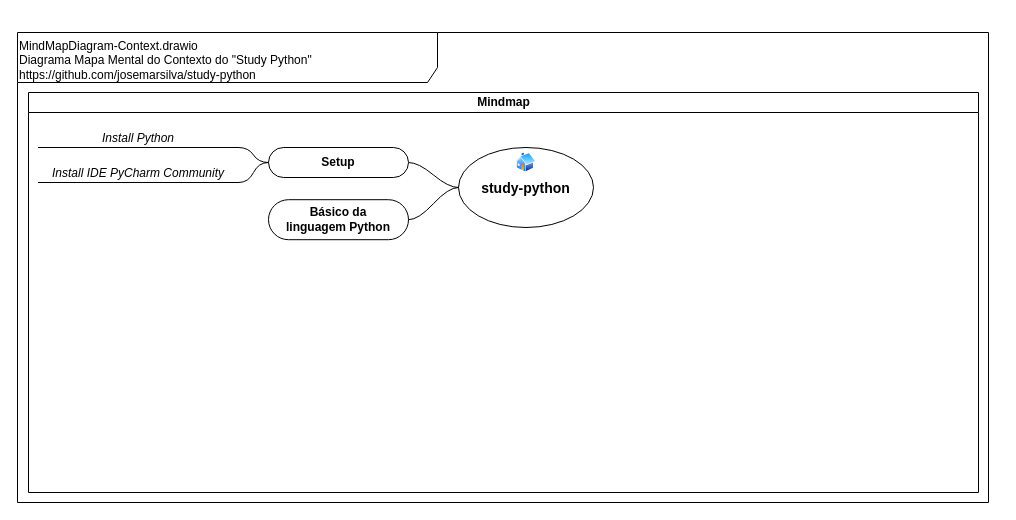
Earlier version of the draw.io diagram doc/mind-maps/MindMapDiagram-Context.drawio (josemarsilva/study-python). Source tidied: cells renumbered, new cells numbered last; positions are measured from the earlier drawing's top-left corner, leaving out a move shared by most shapes. Both pictures are drawn from the tidied source at 100%, with x=0, y=0 at pixel (17, 32).
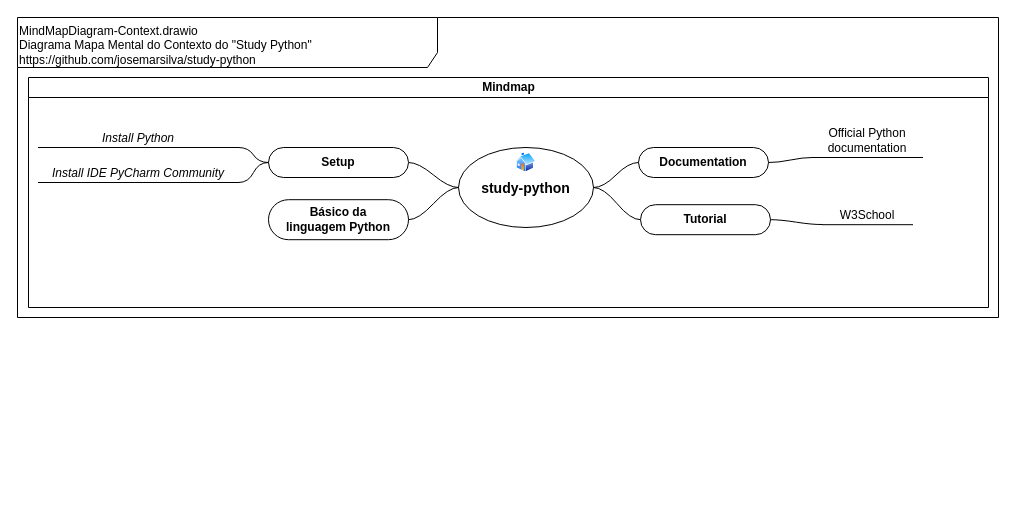
After the change.

Diff of the diagram source:
```diff
@@
     <mxCell id="2" value="&lt;div&gt;&lt;/div&gt;MindMapDiagram-Context.drawio&lt;br&gt;Diagrama Mapa Mental do Contexto do &quot;Study Python&quot;&lt;br&gt;https://github.com/josemarsilva/study-python" style="shape=umlFrame;whiteSpace=wrap;html=1;width=420;height=50;verticalAlign=top;align=left;" parent="1" vertex="1">
-      <mxGeometry width="971" height="470" as="geometry" />
+      <mxGeometry y="-15" width="981" height="300" as="geometry" />
     </mxCell>
     <mxCell id="3" value="Mindmap" style="swimlane;html=1;startSize=20;horizontal=1;containerType=tree;" parent="1" vertex="1">
-      <mxGeometry x="11" y="60" width="950" height="400" as="geometry" />
+      <mxGeometry x="11" y="45" width="960" height="230" as="geometry" />
     </mxCell>
     <mxCell id="4" value="Install Python" style="whiteSpace=wrap;html=1;shape=partialRectangle;top=0;left=0;bottom=1;right=0;points=[[0,1],[1,1]];fillColor=none;align=center;verticalAlign=bottom;routingCenterY=0.5;snapToPoint=1;newEdgeStyle={&quot;edgeStyle&quot;:&quot;entityRelationEdgeStyle&quot;,&quot;startArrow&quot;:&quot;none&quot;,&quot;endArrow&quot;:&quot;none&quot;,&quot;segment&quot;:10,&quot;curved&quot;:1};fontStyle=2;" parent="3" vertex="1">
-      <mxGeometry x="10" y="35" width="200" height="20" as="geometry" />
+      <mxGeometry x="10" y="50" width="200" height="20" as="geometry" />
     </mxCell>
     <mxCell id="5" value="&lt;font style=&quot;font-size: 14px&quot;&gt;study-python&lt;/font&gt;" style="ellipse;whiteSpace=wrap;html=1;align=center;newEdgeStyle={&quot;edgeStyle&quot;:&quot;entityRelationEdgeStyle&quot;,&quot;startArrow&quot;:&quot;none&quot;,&quot;endArrow&quot;:&quot;none&quot;,&quot;segment&quot;:10,&quot;curved&quot;:1};fontStyle=1;fontSize=18;" parent="3" vertex="1">
-      <mxGeometry x="430" y="55" width="135" height="80" as="geometry" />
+      <mxGeometry x="430" y="70" width="135" height="80" as="geometry" />
     </mxCell>
     <mxCell id="6" style="perimeter=ellipsePerimeter;html=1;align=center;shadow=0;dashed=0;spacingTop=3;image;image=img/lib/active_directory/home.svg;fontSize=18;" parent="3" vertex="1">
-      <mxGeometry x="487.2" y="60" width="20.6" height="20" as="geometry" />
+      <mxGeometry x="487.2" y="75" width="20.6" height="20" as="geometry" />
     </mxCell>
+    <mxCell id="14" value="Documentation" style="whiteSpace=wrap;html=1;rounded=1;arcSize=50;align=center;verticalAlign=middle;strokeWidth=1;spacing=4;newEdgeStyle={&quot;edgeStyle&quot;:&quot;entityRelationEdgeStyle&quot;,&quot;startArrow&quot;:&quot;none&quot;,&quot;endArrow&quot;:&quot;none&quot;,&quot;segment&quot;:10,&quot;curved&quot;:1};fontStyle=1;" parent="3" vertex="1">
+      <mxGeometry x="610" y="70" width="130" height="30" as="geometry" />
+    </mxCell>
+    <mxCell id="15" style="edgeStyle=entityRelationEdgeStyle;startArrow=none;endArrow=none;segment=10;curved=1;exitX=1;exitY=0.5;exitDx=0;exitDy=0;entryX=0;entryY=0.5;entryDx=0;entryDy=0;" parent="3" edge="1" source="5" target="14">
+      <mxGeometry relative="1" as="geometry" />
+    </mxCell>
+    <mxCell id="16" value="Official Python &lt;br&gt;documentation" style="whiteSpace=wrap;html=1;shape=partialRectangle;top=0;left=0;bottom=1;right=0;points=[[0,1],[1,1]];fillColor=none;align=center;verticalAlign=bottom;routingCenterY=0.5;snapToPoint=1;newEdgeStyle={&quot;edgeStyle&quot;:&quot;entityRelationEdgeStyle&quot;,&quot;startArrow&quot;:&quot;none&quot;,&quot;endArrow&quot;:&quot;none&quot;,&quot;segment&quot;:10,&quot;curved&quot;:1};" parent="3" vertex="1">
+      <mxGeometry x="784" y="50" width="110" height="30" as="geometry" />
+    </mxCell>
+    <mxCell id="17" style="edgeStyle=entityRelationEdgeStyle;startArrow=none;endArrow=none;segment=10;curved=1;exitX=1;exitY=0.5;exitDx=0;exitDy=0;" parent="3" edge="1" source="14" target="16">
+      <mxGeometry relative="1" as="geometry" />
+    </mxCell>
+    <mxCell id="18" value="W3School" style="whiteSpace=wrap;html=1;shape=partialRectangle;top=0;left=0;bottom=1;right=0;points=[[0,1],[1,1]];fillColor=none;align=center;verticalAlign=bottom;routingCenterY=0.5;snapToPoint=1;newEdgeStyle={&quot;edgeStyle&quot;:&quot;entityRelationEdgeStyle&quot;,&quot;startArrow&quot;:&quot;none&quot;,&quot;endArrow&quot;:&quot;none&quot;,&quot;segment&quot;:10,&quot;curved&quot;:1};" parent="3" vertex="1">
+      <mxGeometry x="794" y="127.2" width="90" height="20" as="geometry" />
+    </mxCell>
@@
+    <mxCell id="19" style="edgeStyle=entityRelationEdgeStyle;startArrow=none;endArrow=none;segment=10;curved=1;exitX=1;exitY=0.5;exitDx=0;exitDy=0;" parent="1" edge="1" source="5" target="20">
+      <mxGeometry relative="1" as="geometry" />
+    </mxCell>
+    <mxCell id="20" value="Tutorial" style="whiteSpace=wrap;html=1;rounded=1;arcSize=50;align=center;verticalAlign=middle;strokeWidth=1;spacing=4;newEdgeStyle={&quot;edgeStyle&quot;:&quot;entityRelationEdgeStyle&quot;,&quot;startArrow&quot;:&quot;none&quot;,&quot;endArrow&quot;:&quot;none&quot;,&quot;segment&quot;:10,&quot;curved&quot;:1};fontStyle=1;" parent="1" vertex="1">
+      <mxGeometry x="623" y="172.2" width="130" height="30" as="geometry" />
+    </mxCell>
+    <mxCell id="21" style="edgeStyle=entityRelationEdgeStyle;startArrow=none;endArrow=none;segment=10;curved=1;exitX=1;exitY=0.5;exitDx=0;exitDy=0;" parent="1" edge="1" source="20" target="18">
+      <mxGeometry relative="1" as="geometry" />
+    </mxCell>
```
